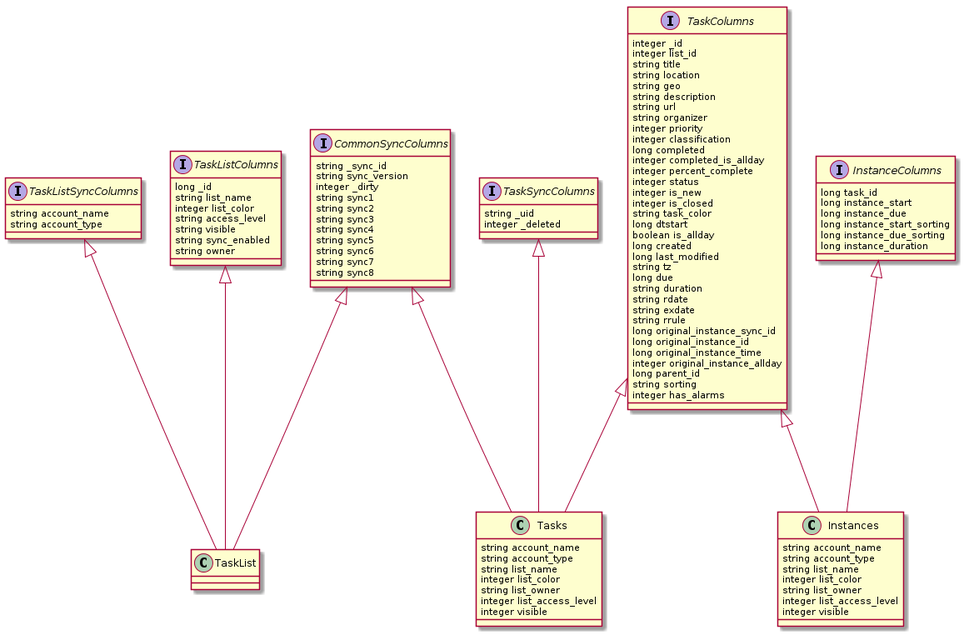
Earlier version of the PlantUML export diagramms/contentprovider.png (omefire/mirakel-android).
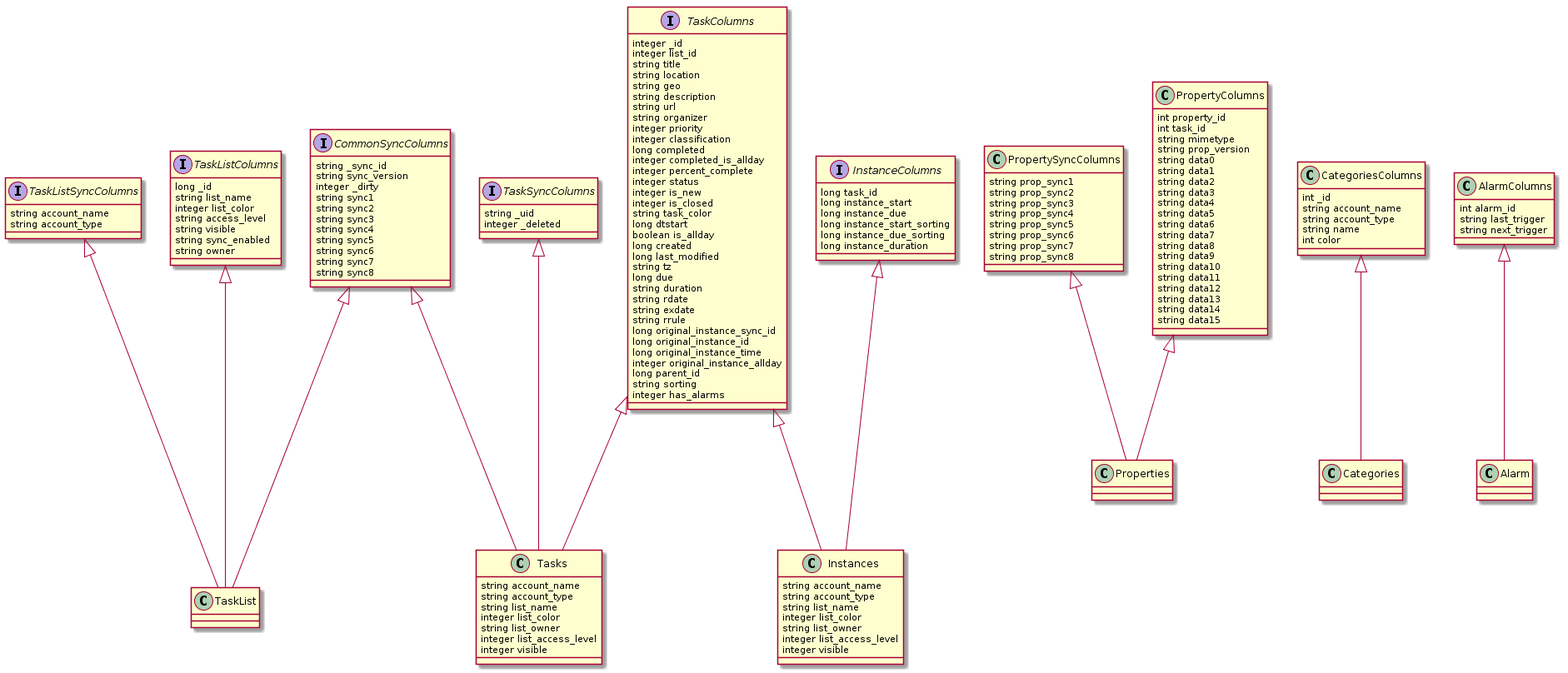
The same file after the commit.

Commit message:
Updated TaskProvider uml

The edit, as a diff of the source:
```diff
@@ -107,4 +107,62 @@
 TaskColumns <|--- Instances
 InstanceColumns <|--- Instances
 
+class PropertySyncColumns {
+string prop_sync1
+string prop_sync2
+string prop_sync3
+string prop_sync4
+string prop_sync5
+string prop_sync6
+string prop_sync7
+string prop_sync8
+}
+class PropertyColumns {
+int property_id
+int task_id
+string mimetype
+string prop_version
+string data0
+string data1
+string data2
+string data3
+string data4
+string data5
+string data6
+string data7
+string data8
+string data9
+string data10
+string data11
+string data12
+string data13
+string data14
+string data15
+}
+
+class Properties {
+}
+PropertyColumns <|-- Properties
+PropertySyncColumns <|-- Properties
+
+class CategoriesColumns {
+int _id
+string account_name
+string account_type
+string name
+int color
+}
+
+class Categories {
+}
+CategoriesColumns <|-- Categories
+
+class AlarmColumns {
+int alarm_id
+string last_trigger
+string next_trigger
+}
+AlarmColumns <|-- Alarm
+
+
 @enduml
```
